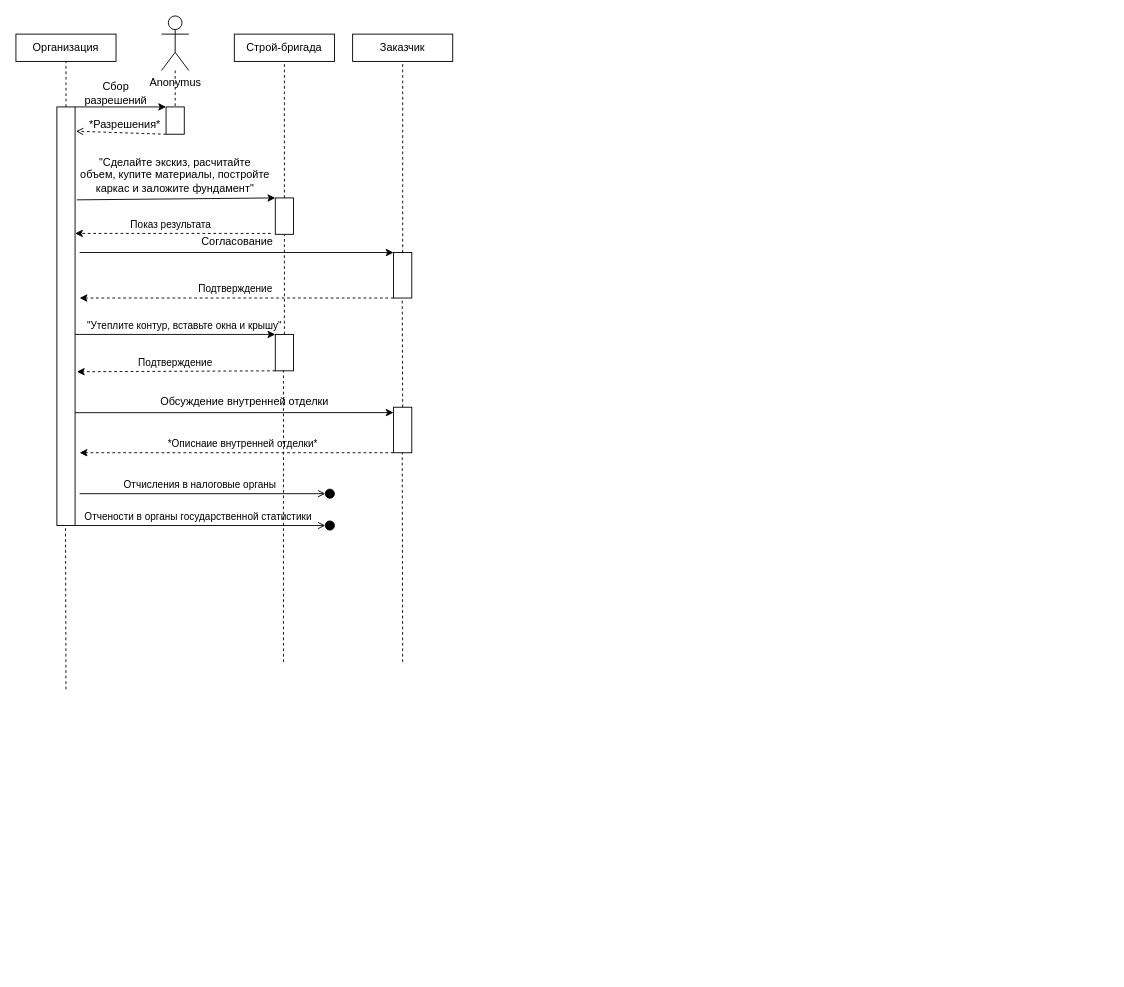
Above: Диаграмма без названия.drawio in AbstractRedy/DBInteractionProgrammLab6 (draw.io), before the change. Source tidied: cells renumbered, new cells numbered last; positions are measured from the earlier drawing's top-left corner, leaving out a move shared by most shapes. Both pictures are drawn from the tidied source at 91%, with x=0, y=0 at pixel (15, 15).
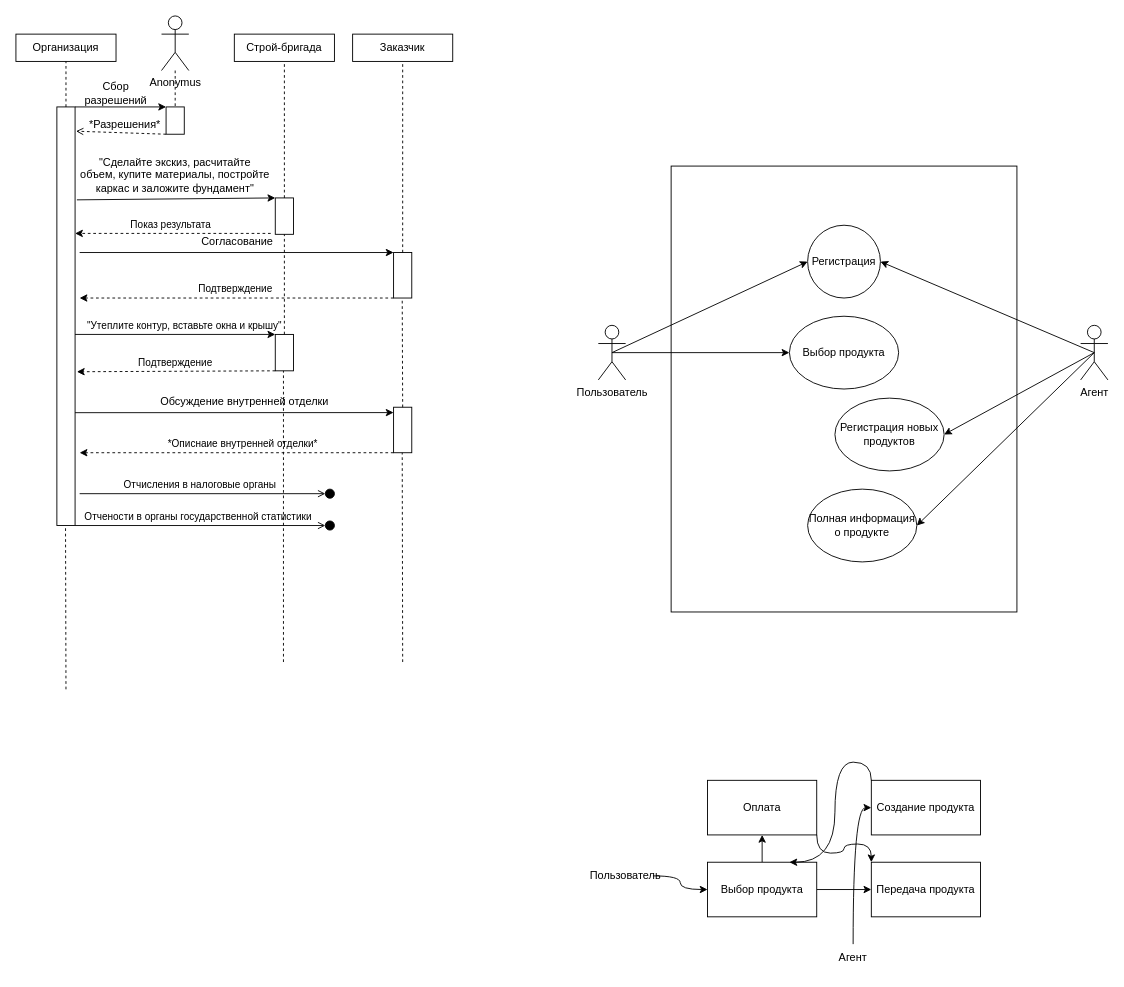
Above is the later version.

The edit, as a diff of the source:
```diff
@@
+    <mxCell id="38" style="rounded=0;whiteSpace=wrap;html=1;fillColor=none;" parent="1" vertex="1">
+      <mxGeometry x="720" y="165" width="380" height="490" as="geometry" />
+    </mxCell>
+    <mxCell id="39" style="rounded=0;jettySize=auto;html=1;exitX=0.5;exitY=0.5;exitDx=0;exitDy=0;exitPerimeter=0;entryX=0;entryY=0.5;entryDx=0;entryDy=0;" parent="1" edge="1" source="41" target="46">
+      <mxGeometry relative="1" as="geometry" />
+    </mxCell>
+    <mxCell id="40" style="rounded=0;jettySize=auto;html=1;exitX=0.5;exitY=0.5;exitDx=0;exitDy=0;exitPerimeter=0;entryX=0;entryY=0.5;entryDx=0;entryDy=0;" parent="1" edge="1" source="41" target="47">
+      <mxGeometry relative="1" as="geometry" />
+    </mxCell>
+    <mxCell id="41" value="Пользователь" style="shape=umlActor;verticalLabelPosition=bottom;verticalAlign=top;html=1;outlineConnect=0;" parent="1" vertex="1">
+      <mxGeometry x="640" y="340" width="30" height="60" as="geometry" />
+    </mxCell>
+    <mxCell id="42" style="rounded=0;jettySize=auto;html=1;exitX=0.5;exitY=0.5;exitDx=0;exitDy=0;exitPerimeter=0;entryX=1;entryY=0.5;entryDx=0;entryDy=0;" parent="1" edge="1" source="45" target="46">
+      <mxGeometry relative="1" as="geometry" />
+    </mxCell>
+    <mxCell id="43" style="rounded=0;jettySize=auto;html=1;exitX=0.5;exitY=0.5;exitDx=0;exitDy=0;exitPerimeter=0;entryX=1;entryY=0.5;entryDx=0;entryDy=0;" parent="1" edge="1" source="45" target="48">
+      <mxGeometry relative="1" as="geometry" />
+    </mxCell>
+    <mxCell id="44" style="rounded=0;jettySize=auto;html=1;exitX=0.5;exitY=0.5;exitDx=0;exitDy=0;exitPerimeter=0;entryX=1;entryY=0.5;entryDx=0;entryDy=0;" parent="1" edge="1" source="45" target="49">
+      <mxGeometry relative="1" as="geometry" />
+    </mxCell>
+    <mxCell id="45" value="Агент" style="shape=umlActor;verticalLabelPosition=bottom;verticalAlign=top;html=1;outlineConnect=0;" parent="1" vertex="1">
+      <mxGeometry x="1170" y="340" width="30" height="60" as="geometry" />
+    </mxCell>
+    <mxCell id="46" value="Регистрация" style="ellipse;whiteSpace=wrap;html=1;" parent="1" vertex="1">
+      <mxGeometry x="870" y="230" width="80" height="80" as="geometry" />
+    </mxCell>
+    <mxCell id="47" value="Выбор продукта" style="ellipse;whiteSpace=wrap;html=1;" parent="1" vertex="1">
+      <mxGeometry x="850" y="330" width="120" height="80" as="geometry" />
+    </mxCell>
+    <mxCell id="48" value="Регистрация новых продуктов" style="ellipse;whiteSpace=wrap;html=1;" parent="1" vertex="1">
+      <mxGeometry x="900" y="420" width="120" height="80" as="geometry" />
+    </mxCell>
+    <mxCell id="49" value="Полная информация о продукте" style="ellipse;whiteSpace=wrap;html=1;" parent="1" vertex="1">
+      <mxGeometry x="870" y="520" width="120" height="80" as="geometry" />
+    </mxCell>
+    <mxCell id="50" style="edgeStyle=orthogonalEdgeStyle;rounded=0;jettySize=auto;html=1;exitX=1;exitY=1;exitDx=0;exitDy=0;entryX=0;entryY=0;entryDx=0;entryDy=0;curved=1;" parent="1" edge="1" source="51" target="57">
+      <mxGeometry relative="1" as="geometry" />
+    </mxCell>
+    <mxCell id="51" value="Оплата" style="rounded=0;whiteSpace=wrap;html=1;" parent="1" vertex="1">
+      <mxGeometry x="760" y="840" width="120" height="60" as="geometry" />
+    </mxCell>
+    <mxCell id="52" style="edgeStyle=orthogonalEdgeStyle;rounded=0;jettySize=auto;html=1;exitX=0.5;exitY=0;exitDx=0;exitDy=0;entryX=0.5;entryY=1;entryDx=0;entryDy=0;" parent="1" edge="1" source="54" target="51">
+      <mxGeometry relative="1" as="geometry" />
+    </mxCell>
+    <mxCell id="53" style="edgeStyle=orthogonalEdgeStyle;rounded=0;jettySize=auto;html=1;exitX=1;exitY=0.5;exitDx=0;exitDy=0;entryX=0;entryY=0.5;entryDx=0;entryDy=0;" parent="1" edge="1" source="54" target="57">
+      <mxGeometry relative="1" as="geometry" />
+    </mxCell>
+    <mxCell id="54" value="Выбор продукта" style="rounded=0;whiteSpace=wrap;html=1;" parent="1" vertex="1">
+      <mxGeometry x="760" y="930" width="120" height="60" as="geometry" />
+    </mxCell>
+    <mxCell id="55" style="edgeStyle=orthogonalEdgeStyle;rounded=0;jettySize=auto;html=1;exitX=0;exitY=0;exitDx=0;exitDy=0;entryX=0.75;entryY=0;entryDx=0;entryDy=0;curved=1;" parent="1" edge="1" source="56" target="54">
+      <mxGeometry relative="1" as="geometry">
+        <Array as="points">
+          <mxPoint x="940" y="820" />
+          <mxPoint x="900" y="820" />
+          <mxPoint x="900" y="930" />
+        </Array>
+      </mxGeometry>
+    </mxCell>
+    <mxCell id="56" value="Создание продукта" style="rounded=0;whiteSpace=wrap;html=1;" parent="1" vertex="1">
+      <mxGeometry x="940" y="840" width="120" height="60" as="geometry" />
+    </mxCell>
+    <mxCell id="57" value="Передача продукта" style="rounded=0;whiteSpace=wrap;html=1;" parent="1" vertex="1">
+      <mxGeometry x="940" y="930" width="120" height="60" as="geometry" />
+    </mxCell>
+    <mxCell id="58" style="edgeStyle=orthogonalEdgeStyle;rounded=0;jettySize=auto;html=1;curved=1;" parent="1" edge="1" source="59" target="54">
+      <mxGeometry relative="1" as="geometry" />
+    </mxCell>
+    <mxCell id="59" value="Пользователь" style="text;html=1;strokeColor=none;fillColor=none;align=center;verticalAlign=middle;whiteSpace=wrap;rounded=0;" parent="1" vertex="1">
+      <mxGeometry x="640" y="930" width="60" height="30" as="geometry" />
+    </mxCell>
+    <mxCell id="60" style="edgeStyle=orthogonalEdgeStyle;rounded=0;jettySize=auto;html=1;exitX=0.5;exitY=0;exitDx=0;exitDy=0;entryX=0;entryY=0.5;entryDx=0;entryDy=0;curved=1;" parent="1" edge="1" source="61" target="56">
+      <mxGeometry relative="1" as="geometry" />
+    </mxCell>
+    <mxCell id="61" value="Агент" style="text;html=1;strokeColor=none;fillColor=none;align=center;verticalAlign=middle;whiteSpace=wrap;rounded=0;" parent="1" vertex="1">
+      <mxGeometry x="890" y="1020" width="60" height="30" as="geometry" />
+    </mxCell>
```
